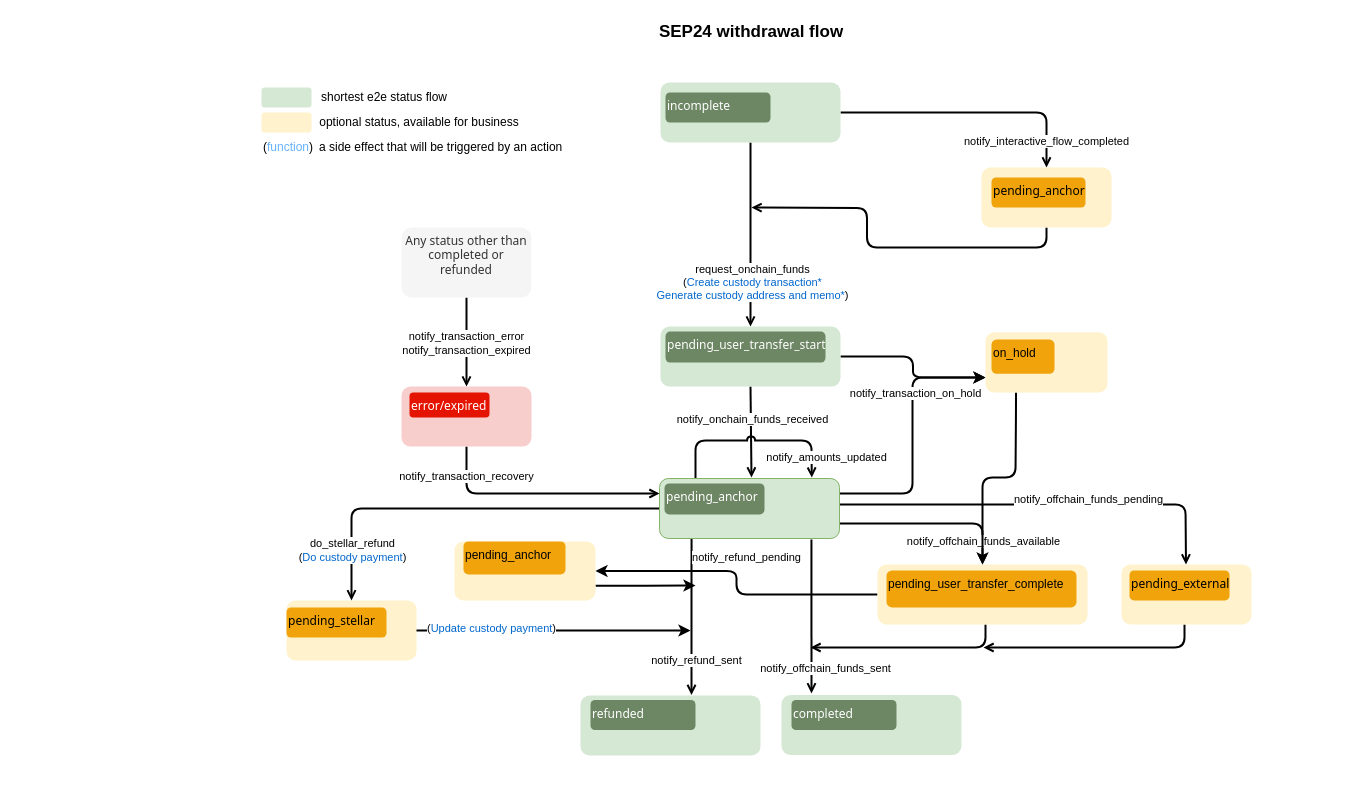
Above: page "Sep24 - withdrawal v.0.4" (2 of 5) of static/definitions/sep6_24_31_status_transition_diagrams.drawio in stellar/stellar-docs (draw.io), before the change. Source tidied: cells renumbered, new cells numbered last; positions are measured from the earlier drawing's top-left corner, leaving out a move shared by most shapes. Both pictures are drawn from the tidied source at 100%, with x=0, y=0 at pixel (17, 17).
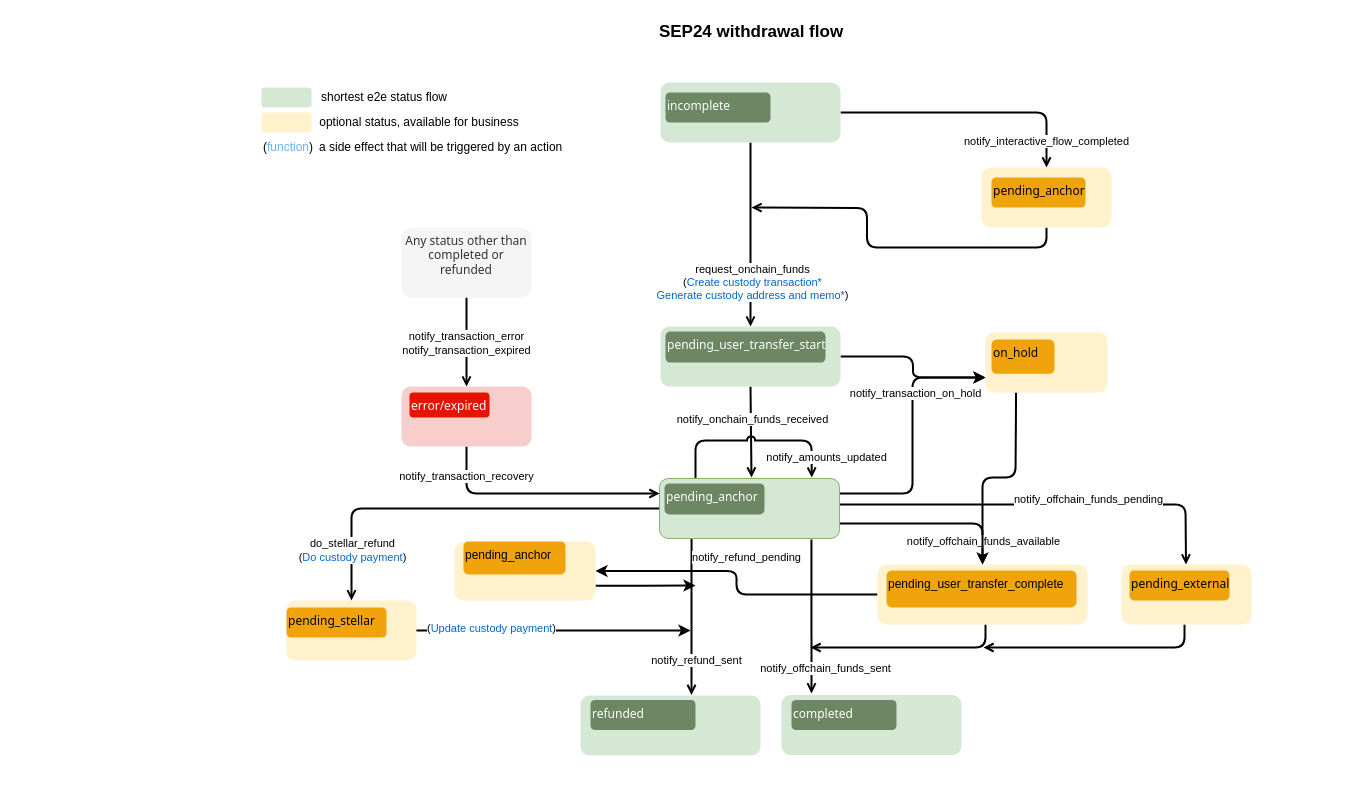
Above is the later version.

What changed in the source:
```diff
@@
-    <mxCell id="69" value="&lt;div&gt;on_hold&lt;/div&gt;" style="rounded=1;whiteSpace=wrap;html=1;align=left;verticalAlign=top;strokeColor=none;fillColor=#f0a30a;fontColor=#000000;" parent="1" vertex="1">
+    <mxCell id="69" value="&lt;div&gt;&lt;font face=&quot;Tahoma&quot;&gt;on_hold&lt;/font&gt;&lt;/div&gt;" style="rounded=1;whiteSpace=wrap;html=1;align=left;verticalAlign=top;strokeColor=none;fillColor=#f0a30a;fontColor=#000000;" parent="1" vertex="1">
       <mxGeometry x="974" y="321.9" width="63" height="34.4" as="geometry" />
     </mxCell>
```
